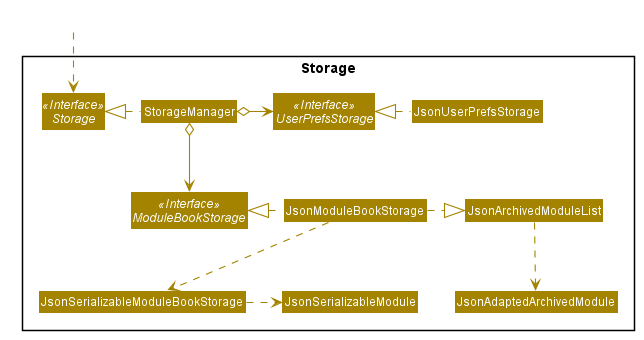
Above: docs/images/StorageClassDiagram.png in geshuming/main (PlantUML), before the change.
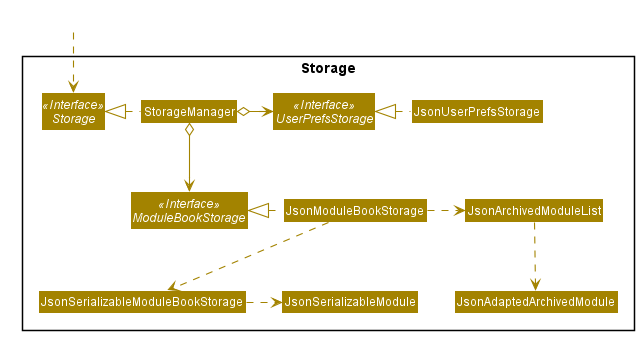
The same file after the commit.

Commit message:
Fix arrow showing extension instead of dependency

What changed in the source:
```diff
@@ -74,7 +74,7 @@
 
 JsonUserPrefsStorage .left.|> UserPrefsStorage
 JsonModuleBookStorage .left.|> ModuleBookStorage
-JsonModuleBookStorage .right.|> JsonArchivedModuleList
+JsonModuleBookStorage .right.> JsonArchivedModuleList
 JsonModuleBookStorage .down.> JsonSerializableModuleBookStorage
 JsonSerializableModuleBookStorage .right.> JsonSerializableModule
 
```
